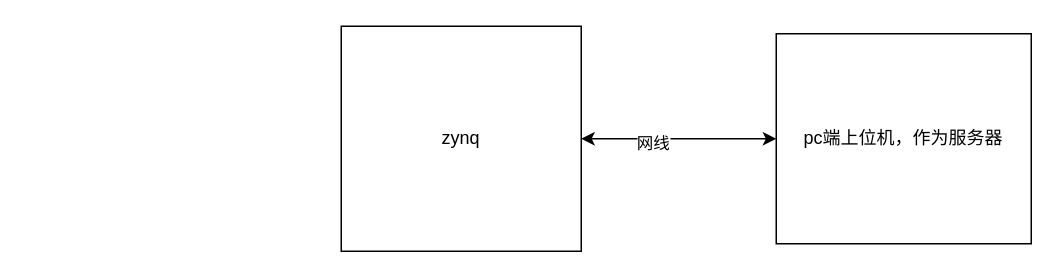
Before: page "框架" (2 of 2) of native_app/Untitled Diagram.drawio in FreedomSnail/samples, a draw.io diagram. Source tidied: cells renumbered, new cells numbered last; positions are measured from the earlier drawing's top-left corner, leaving out a move shared by most shapes. Both pictures are drawn from the tidied source at 150%, with x=0, y=0 at pixel (340, 26).
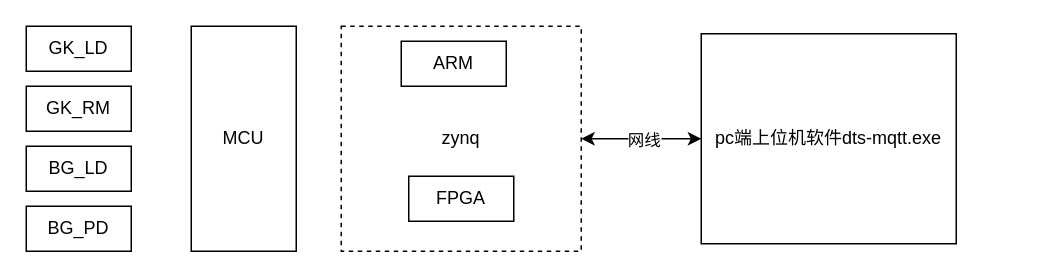
After the change.

What changed in the source:
```diff
@@
 <mxGraphModel>
   <root>
     <mxCell id="0" />
     <mxCell id="1" parent="0" />
-    <mxCell id="2" value="zynq" style="rounded=0;whiteSpace=wrap;html=1;" parent="1" vertex="1">
+    <mxCell id="2" value="zynq" style="rounded=0;whiteSpace=wrap;html=1;dashed=1;" parent="1" vertex="1">
       <mxGeometry width="160" height="150" as="geometry" />
     </mxCell>
-    <mxCell id="3" value="pc端上位机，作为服务器" style="rounded=0;whiteSpace=wrap;html=1;" parent="1" vertex="1">
-      <mxGeometry x="290" y="5" width="170" height="140" as="geometry" />
+    <mxCell id="3" value="pc端上位机软件dts-mqtt.exe" style="rounded=0;whiteSpace=wrap;html=1;" parent="1" vertex="1">
+      <mxGeometry x="240" y="5" width="170" height="140" as="geometry" />
     </mxCell>
     <mxCell id="4" style="endArrow=classic;startArrow=classic;html=1;entryX=0;entryY=0.5;entryDx=0;entryDy=0;exitX=1;exitY=0.5;exitDx=0;exitDy=0;" parent="1" edge="1" source="2" target="3">
       <mxGeometry relative="1" as="geometry" />
     </mxCell>
     <mxCell id="5" value="网线" style="edgeLabel;html=1;align=center;verticalAlign=middle;" parent="4" vertex="1">
-      <mxGeometry x="-0.27" y="-2" relative="1" as="geometry" />
+      <mxGeometry x="-0.27" y="-2" relative="1" as="geometry">
+        <mxPoint x="12.7" y="-2" as="offset" />
+      </mxGeometry>
     </mxCell>
+    <mxCell id="6" value="MCU" style="rounded=0;whiteSpace=wrap;html=1;" parent="1" vertex="1">
+      <mxGeometry x="-100" width="70" height="150" as="geometry" />
+    </mxCell>
+    <mxCell id="7" value="GK_LD" style="rounded=0;whiteSpace=wrap;html=1;" parent="1" vertex="1">
+      <mxGeometry x="-210" width="70" height="30" as="geometry" />
+    </mxCell>
+    <mxCell id="8" value="GK_RM" style="rounded=0;whiteSpace=wrap;html=1;" parent="1" vertex="1">
+      <mxGeometry x="-210" y="40" width="70" height="30" as="geometry" />
+    </mxCell>
+    <mxCell id="9" value="BG_LD" style="rounded=0;whiteSpace=wrap;html=1;" parent="1" vertex="1">
+      <mxGeometry x="-210" y="80" width="70" height="30" as="geometry" />
+    </mxCell>
+    <mxCell id="10" value="BG_PD" style="rounded=0;whiteSpace=wrap;html=1;" parent="1" vertex="1">
+      <mxGeometry x="-210" y="120" width="70" height="30" as="geometry" />
+    </mxCell>
+    <mxCell id="11" value="ARM" style="rounded=0;whiteSpace=wrap;html=1;" parent="1" vertex="1">
+      <mxGeometry x="40" y="10" width="70" height="30" as="geometry" />
+    </mxCell>
+    <mxCell id="12" value="FPGA" style="rounded=0;whiteSpace=wrap;html=1;" parent="1" vertex="1">
+      <mxGeometry x="45" y="100" width="70" height="30" as="geometry" />
+    </mxCell>
   </root>
 </mxGraphModel>
```
